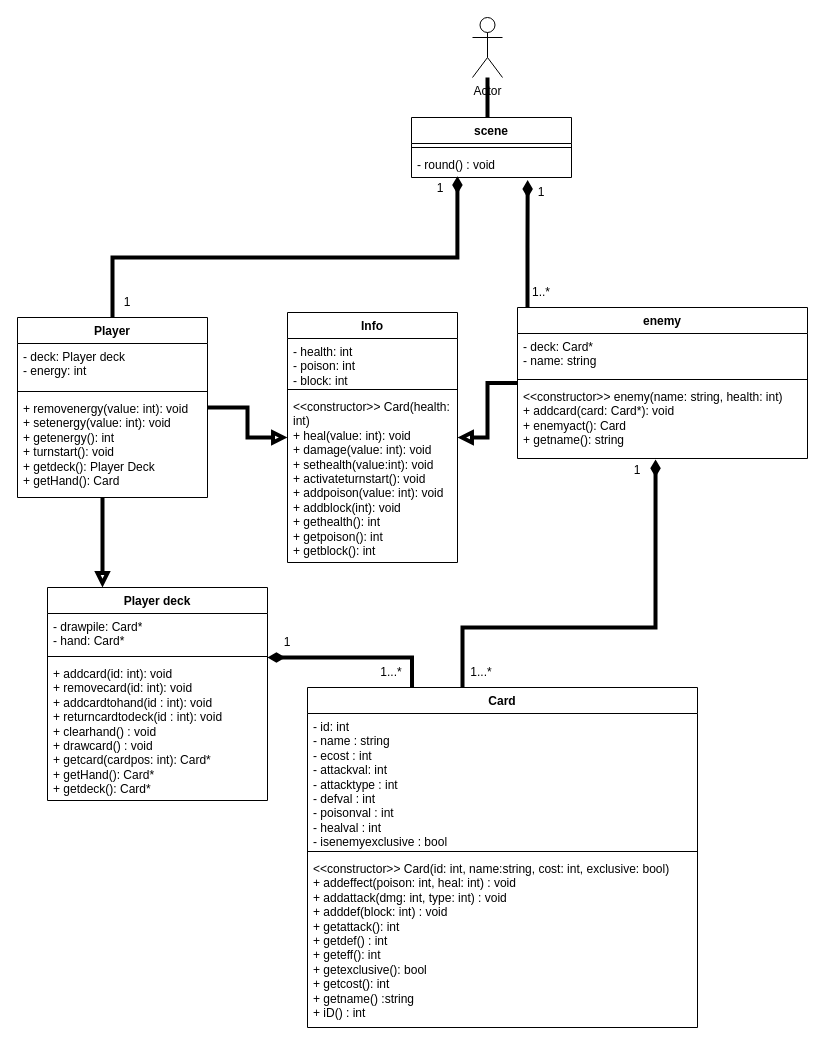
Before: Documentation/grouprojectclassdiagram.drawio in Judoka200/EE2010-CW, a draw.io diagram. Source tidied: cells renumbered, new cells numbered last; positions are measured from the earlier drawing's top-left corner, leaving out a move shared by most shapes. Both pictures are drawn from the tidied source at 100%, with x=0, y=0 at pixel (17, 17).
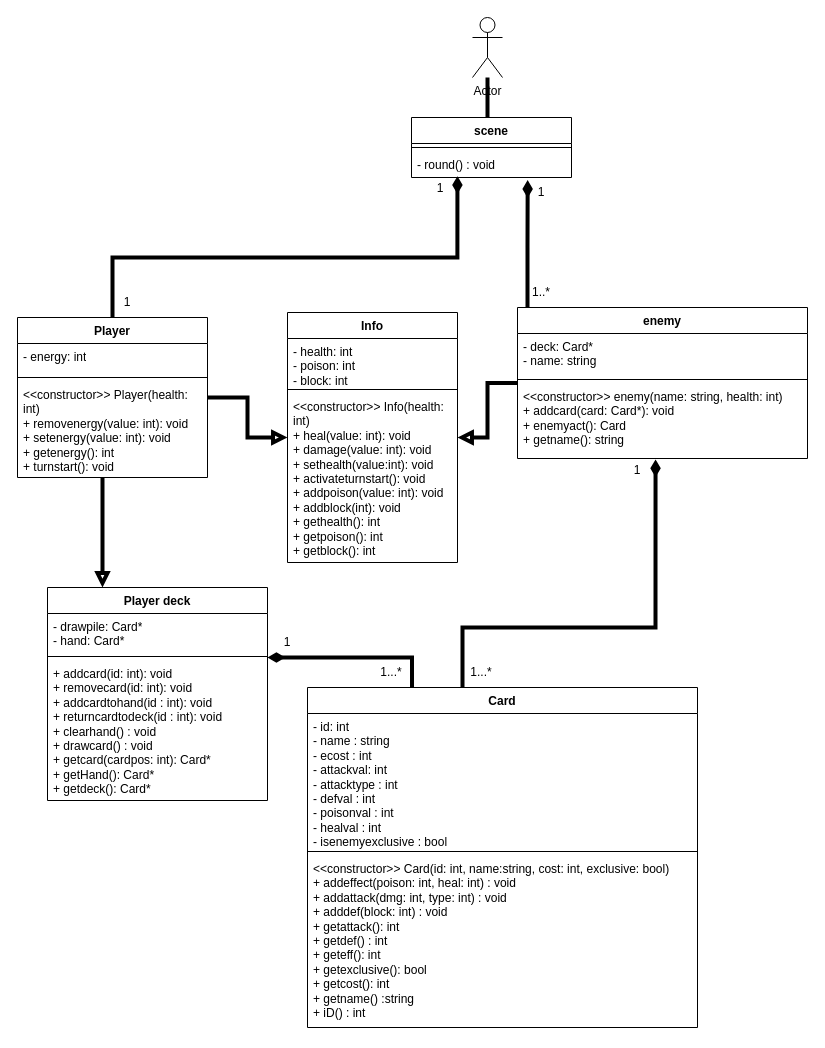
The same diagram, later.

The change refers to these unchanged cells:
```xml
<mxCell id="35" value="Info" style="swimlane;fontStyle=1;align=center;verticalAlign=top;horizontal=1;startSize=26;whiteSpace=wrap;html=1;" parent="1" vertex="1">
  <mxGeometry x="270" y="295" width="170" height="250" as="geometry" />
</mxCell>
```

What changed in the source:
```diff
@@
     <mxCell id="27" value="Player" style="swimlane;fontStyle=1;align=center;verticalAlign=top;horizontal=1;startSize=26;whiteSpace=wrap;html=1;" parent="1" vertex="1">
-      <mxGeometry y="300" width="190" height="180" as="geometry" />
+      <mxGeometry y="300" width="190" height="160" as="geometry" />
     </mxCell>
-    <mxCell id="28" value="- deck: Player deck&lt;div&gt;- energy: int&lt;/div&gt;" style="text;strokeColor=none;fillColor=none;align=left;verticalAlign=top;spacingLeft=4;spacingRight=4;overflow=hidden;whiteSpace=wrap;html=1;" parent="27" vertex="1">
-      <mxGeometry y="26" width="190" height="44" as="geometry" />
+    <mxCell id="28" value="&lt;div&gt;- energy: int&lt;/div&gt;" style="text;strokeColor=none;fillColor=none;align=left;verticalAlign=top;spacingLeft=4;spacingRight=4;overflow=hidden;whiteSpace=wrap;html=1;" parent="27" vertex="1">
+      <mxGeometry y="26" width="190" height="30" as="geometry" />
     </mxCell>
     <mxCell id="29" style="line;strokeWidth=1;fillColor=none;align=left;verticalAlign=middle;spacingTop=-1;spacingLeft=3;spacingRight=3;labelPosition=right;strokeColor=inherit;labelPerimeter=1;" parent="27" vertex="1">
-      <mxGeometry y="70" width="190" height="8" as="geometry" />
+      <mxGeometry y="56" width="190" height="8" as="geometry" />
     </mxCell>
-    <mxCell id="30" value="&lt;div&gt;+ removenergy(value: int): void&lt;/div&gt;&lt;div&gt;+ setenergy(value: int): void&lt;/div&gt;&lt;div&gt;+ getenergy(): int&lt;/div&gt;&lt;div&gt;+ turnstart(): void&lt;/div&gt;&lt;div&gt;+ getdeck(): Player Deck&lt;/div&gt;&lt;div&gt;+ getHand(): Card&lt;/div&gt;&lt;div&gt;&lt;br&gt;&lt;/div&gt;" style="text;strokeColor=none;fillColor=none;align=left;verticalAlign=top;spacingLeft=4;spacingRight=4;overflow=hidden;whiteSpace=wrap;html=1;" parent="27" vertex="1">
-      <mxGeometry y="78" width="190" height="102" as="geometry" />
+    <mxCell id="30" value="&lt;div&gt;&amp;lt;&amp;lt;constructor&amp;gt;&amp;gt; Player(health: int)&lt;/div&gt;&lt;div&gt;+ removenergy(value: int): void&lt;/div&gt;&lt;div&gt;+ setenergy(value: int): void&lt;/div&gt;&lt;div&gt;+ getenergy(): int&lt;/div&gt;&lt;div&gt;+ turnstart(): void&lt;/div&gt;&lt;div&gt;&lt;br&gt;&lt;/div&gt;&lt;div&gt;&lt;br&gt;&lt;/div&gt;" style="text;strokeColor=none;fillColor=none;align=left;verticalAlign=top;spacingLeft=4;spacingRight=4;overflow=hidden;whiteSpace=wrap;html=1;" parent="27" vertex="1">
+      <mxGeometry y="64" width="190" height="96" as="geometry" />
     </mxCell>
@@
-    <mxCell id="38" value="&lt;div&gt;&amp;lt;&amp;lt;constructor&amp;gt;&amp;gt; Card(health: int)&lt;/div&gt;+ heal(value: int): void&lt;div&gt;+ damage(value: int): void&lt;/div&gt;&lt;div&gt;+ sethealth(value:int): void&lt;/div&gt;&lt;div&gt;+ activateturnstart(): void&lt;/div&gt;&lt;div&gt;+ addpoison(value: int): void&lt;/div&gt;&lt;div&gt;+ addblock(int): void&lt;/div&gt;&lt;div&gt;+ gethealth(): int&lt;/div&gt;&lt;div&gt;+ getpoison(): int&lt;/div&gt;&lt;div&gt;+ getblock(): int&lt;/div&gt;" style="text;strokeColor=none;fillColor=none;align=left;verticalAlign=top;spacingLeft=4;spacingRight=4;overflow=hidden;whiteSpace=wrap;html=1;" parent="35" vertex="1">
+    <mxCell id="38" value="&lt;div&gt;&amp;lt;&amp;lt;constructor&amp;gt;&amp;gt; Info(health: int)&lt;/div&gt;+ heal(value: int): void&lt;div&gt;+ damage(value: int): void&lt;/div&gt;&lt;div&gt;+ sethealth(value:int): void&lt;/div&gt;&lt;div&gt;+ activateturnstart(): void&lt;/div&gt;&lt;div&gt;+ addpoison(value: int): void&lt;/div&gt;&lt;div&gt;+ addblock(int): void&lt;/div&gt;&lt;div&gt;+ gethealth(): int&lt;/div&gt;&lt;div&gt;+ getpoison(): int&lt;/div&gt;&lt;div&gt;+ getblock(): int&lt;/div&gt;" style="text;strokeColor=none;fillColor=none;align=left;verticalAlign=top;spacingLeft=4;spacingRight=4;overflow=hidden;whiteSpace=wrap;html=1;" parent="35" vertex="1">
       <mxGeometry y="81" width="170" height="169" as="geometry" />
     </mxCell>
```
